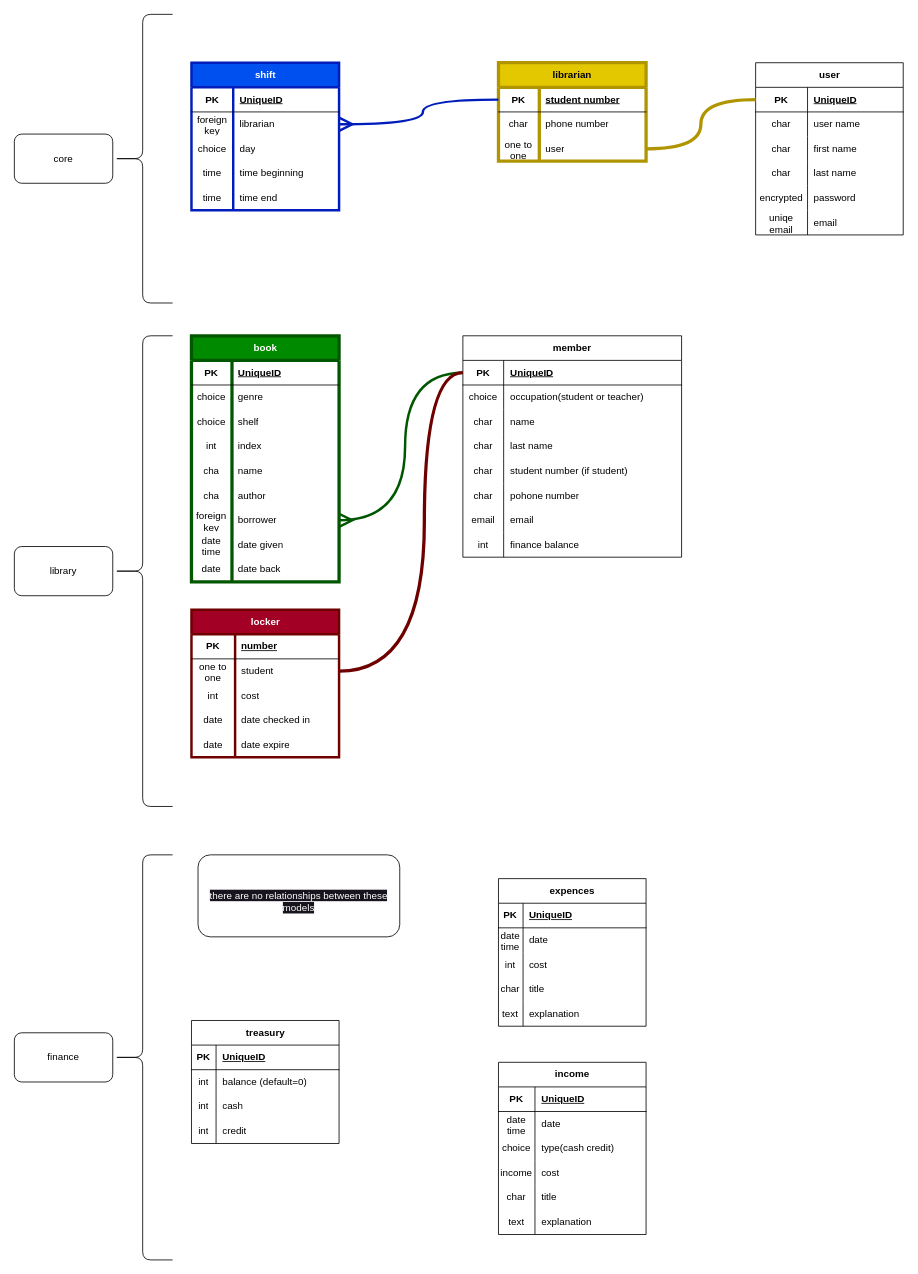
This is library.drawio from Karen-Najafzadeh/physlib-library-manager, a draw.io file, before an edit. Source tidied: cells renumbered, new cells numbered last; positions are measured from the earlier drawing's top-left corner, leaving out a move shared by most shapes. Both pictures are drawn from the tidied source at 82%, with x=0, y=0 at pixel (14, 14).
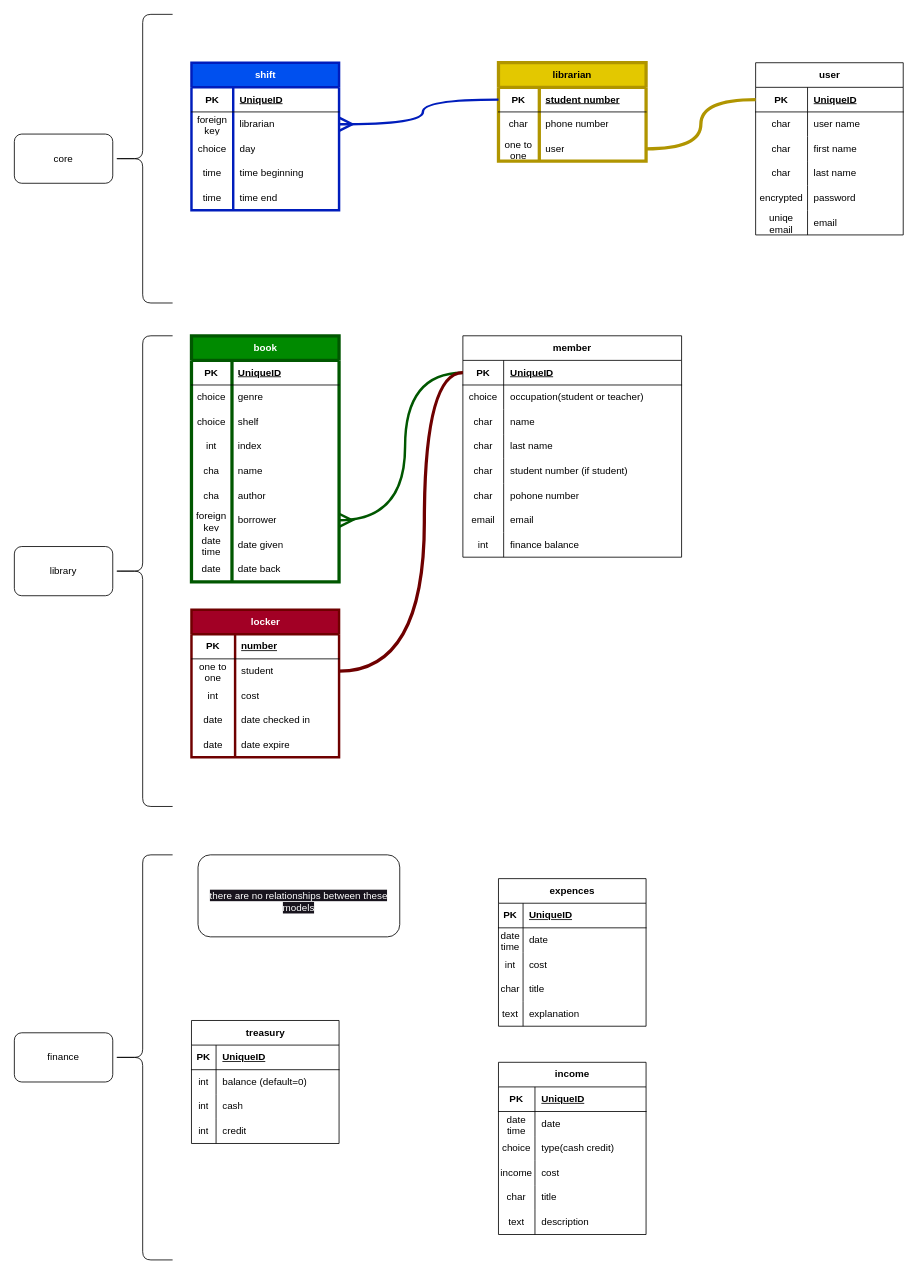
The same diagram, later.

The change refers to these unchanged cells:
```xml
<mxCell id="142" style="shape=tableRow;horizontal=0;startSize=0;swimlaneHead=0;swimlaneBody=0;fillColor=none;top=0;left=0;right=0;bottom=0;" parent="126" vertex="1">
  <mxGeometry y="180" width="180" height="30" as="geometry" />
</mxCell>
```

The edit, as a diff of the source:
```diff
@@
-    <mxCell id="144" value="explanation" style="shape=partialRectangle;fillColor=none;top=0;left=0;bottom=0;right=0;align=left;spacingLeft=6;overflow=hidden;whiteSpace=wrap;html=1;" parent="142" vertex="1">
+    <mxCell id="144" value="description" style="shape=partialRectangle;fillColor=none;top=0;left=0;bottom=0;right=0;align=left;spacingLeft=6;overflow=hidden;whiteSpace=wrap;html=1;" parent="142" vertex="1">
       <mxGeometry x="44.5" width="135.5" height="30" as="geometry" />
     </mxCell>
```
